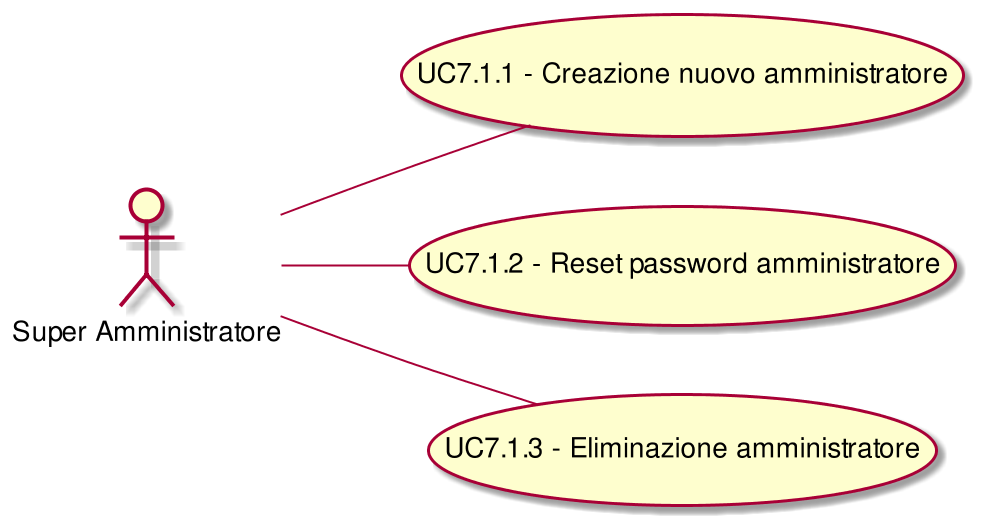
The PlantUML diagram RR/Esterni/AnalisiDeiRequisiti/images/UseCaseUC71.png in CoCodeSWE/Docs, before a commit. Source of this version:
```plantuml
@startuml
scale 1000*1000
left to right direction
( UC7.1.1 - Creazione nuovo amministratore ) as (UC7.1.1)
:Super Amministratore:--(UC7.1.1)
( UC7.1.2 - Reset password amministratore ) as (UC7.1.2)
:Super Amministratore:--(UC7.1.2)
( UC7.1.3 - Eliminazione amministratore ) as (UC7.1.3)
:Super Amministratore:--(UC7.1.3)
@enduml
```
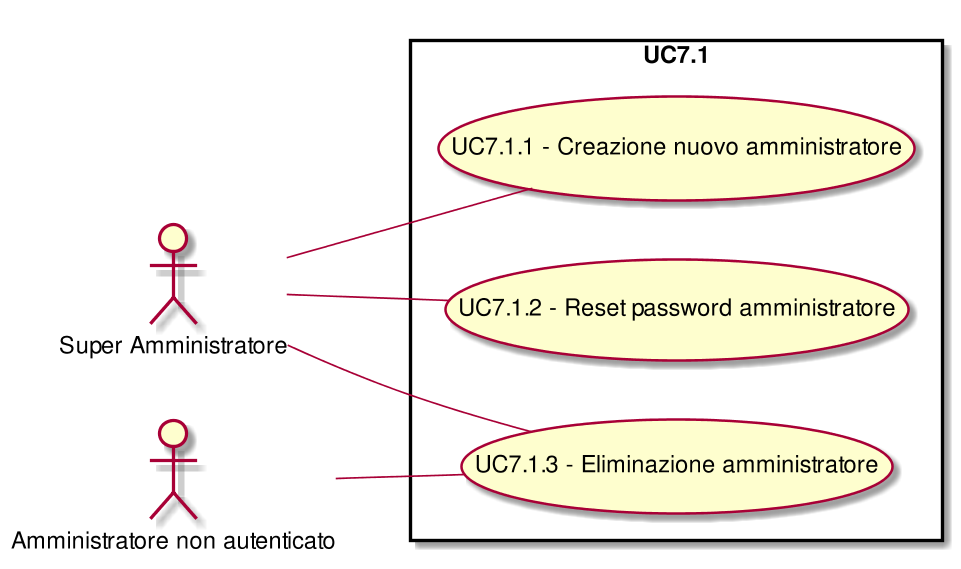
Later version of the same file.

Diff of the diagram source:
```diff
@@ -1,10 +1,17 @@
 @startuml
 scale 1000*1000
 left to right direction
+skinparam packageStyle rect
+:Super Amministratore:
+:Amministratore non autenticato:
+rectangle UC7.1{
 ( UC7.1.1 - Creazione nuovo amministratore ) as (UC7.1.1)
 :Super Amministratore:--(UC7.1.1)
 ( UC7.1.2 - Reset password amministratore ) as (UC7.1.2)
 :Super Amministratore:--(UC7.1.2)
 ( UC7.1.3 - Eliminazione amministratore ) as (UC7.1.3)
 :Super Amministratore:--(UC7.1.3)
+( UC7.1.3 - Eliminazione amministratore ) as (UC7.1.3)
+:Amministratore non autenticato:--(UC7.1.3)
+}
 @enduml
```
